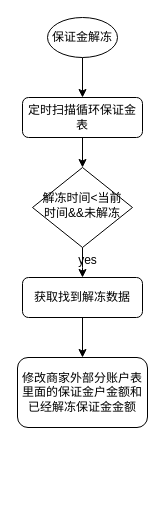
The draw.io diagram page "第 2 页" (2 of 2) of 未命名绘图.drawio in wengjunwei/myDraw, before the edit. Source tidied: cells renumbered, new cells numbered last; positions are measured from the earlier drawing's top-left corner, leaving out a move shared by most shapes. Both pictures are drawn from the tidied source at 100%, with x=0, y=0 at pixel (17, 17).
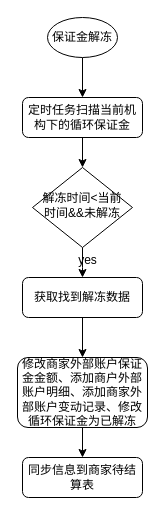
The same diagram, later.

Change to the diagram source:
```diff
@@
 <mxGraphModel>
   <root>
     <mxCell id="0" />
     <mxCell id="1" parent="0" />
     <mxCell id="2" style="edgeStyle=orthogonalEdgeStyle;rounded=0;jettySize=auto;html=1;" parent="1" edge="1" source="3" target="5">
       <mxGeometry relative="1" as="geometry" />
     </mxCell>
-    <mxCell id="3" value="定时扫描循环保证金表" style="rounded=1;whiteSpace=wrap;html=1;fontSize=12;glass=0;strokeWidth=1;shadow=0;" parent="1" vertex="1">
+    <mxCell id="3" value="定时任务扫描当前机构下的循环保证金" style="rounded=1;whiteSpace=wrap;html=1;fontSize=12;glass=0;strokeWidth=1;shadow=0;" parent="1" vertex="1">
       <mxGeometry x="5" y="80" width="120" height="40" as="geometry" />
     </mxCell>
     <mxCell id="4" style="edgeStyle=orthogonalEdgeStyle;rounded=0;jettySize=auto;html=1;" parent="1" edge="1" source="5">
       <mxGeometry relative="1" as="geometry">
         <mxPoint x="65" y="260" as="targetPoint" />
       </mxGeometry>
     </mxCell>
     <mxCell id="5" value="解冻时间&amp;lt;当前时间&amp;amp;&amp;amp;未解冻" style="rhombus;whiteSpace=wrap;html=1;shadow=0;fontFamily=Helvetica;fontSize=12;align=center;strokeWidth=1;spacing=6;spacingTop=-4;" parent="1" vertex="1">
       <mxGeometry x="15" y="150" width="100" height="80" as="geometry" />
     </mxCell>
     <mxCell id="6" style="edgeStyle=orthogonalEdgeStyle;rounded=0;jettySize=auto;html=1;" parent="1" edge="1" source="7" target="3">
       <mxGeometry relative="1" as="geometry" />
     </mxCell>
     <mxCell id="7" value="保证金解冻" style="ellipse;whiteSpace=wrap;html=1;" parent="1" vertex="1">
       <mxGeometry x="30" width="70" height="40" as="geometry" />
     </mxCell>
     <mxCell id="8" value="yes" style="text;html=1;align=center;verticalAlign=middle;strokeColor=none;fillColor=none;" parent="1" vertex="1">
       <mxGeometry x="50" y="228" width="40" height="30" as="geometry" />
     </mxCell>
     <mxCell id="9" style="edgeStyle=orthogonalEdgeStyle;rounded=0;jettySize=auto;html=1;" parent="1" edge="1" source="10" target="11">
       <mxGeometry relative="1" as="geometry" />
     </mxCell>
     <mxCell id="10" value="获取找到解冻数据" style="rounded=1;whiteSpace=wrap;html=1;fontSize=12;glass=0;strokeWidth=1;shadow=0;" parent="1" vertex="1">
       <mxGeometry x="5" y="260" width="120" height="40" as="geometry" />
     </mxCell>
+    <mxCell id="12" style="edgeStyle=orthogonalEdgeStyle;rounded=0;jettySize=auto;html=1;" parent="1" edge="1" source="11" target="13">
+      <mxGeometry relative="1" as="geometry" />
+    </mxCell>
-    <mxCell id="11" value="修改商家外部分账户表里面的保证金户金额和已经解冻保证金金额" style="rounded=1;whiteSpace=wrap;html=1;fontSize=12;glass=0;strokeWidth=1;shadow=0;" parent="1" vertex="1">
+    <mxCell id="11" value="修改商家外部账户保证金金额、添加商户外部账户明细、添加商家外部账户变动记录、修改循环保证金为已解冻" style="rounded=1;whiteSpace=wrap;html=1;fontSize=12;glass=0;strokeWidth=1;shadow=0;" parent="1" vertex="1">
       <mxGeometry y="340" width="130" height="70" as="geometry" />
     </mxCell>
+    <mxCell id="13" value="同步信息到商家待结算表" style="rounded=1;whiteSpace=wrap;html=1;fontSize=12;glass=0;strokeWidth=1;shadow=0;" parent="1" vertex="1">
+      <mxGeometry x="5" y="440" width="120" height="40" as="geometry" />
+    </mxCell>
   </root>
 </mxGraphModel>
```
